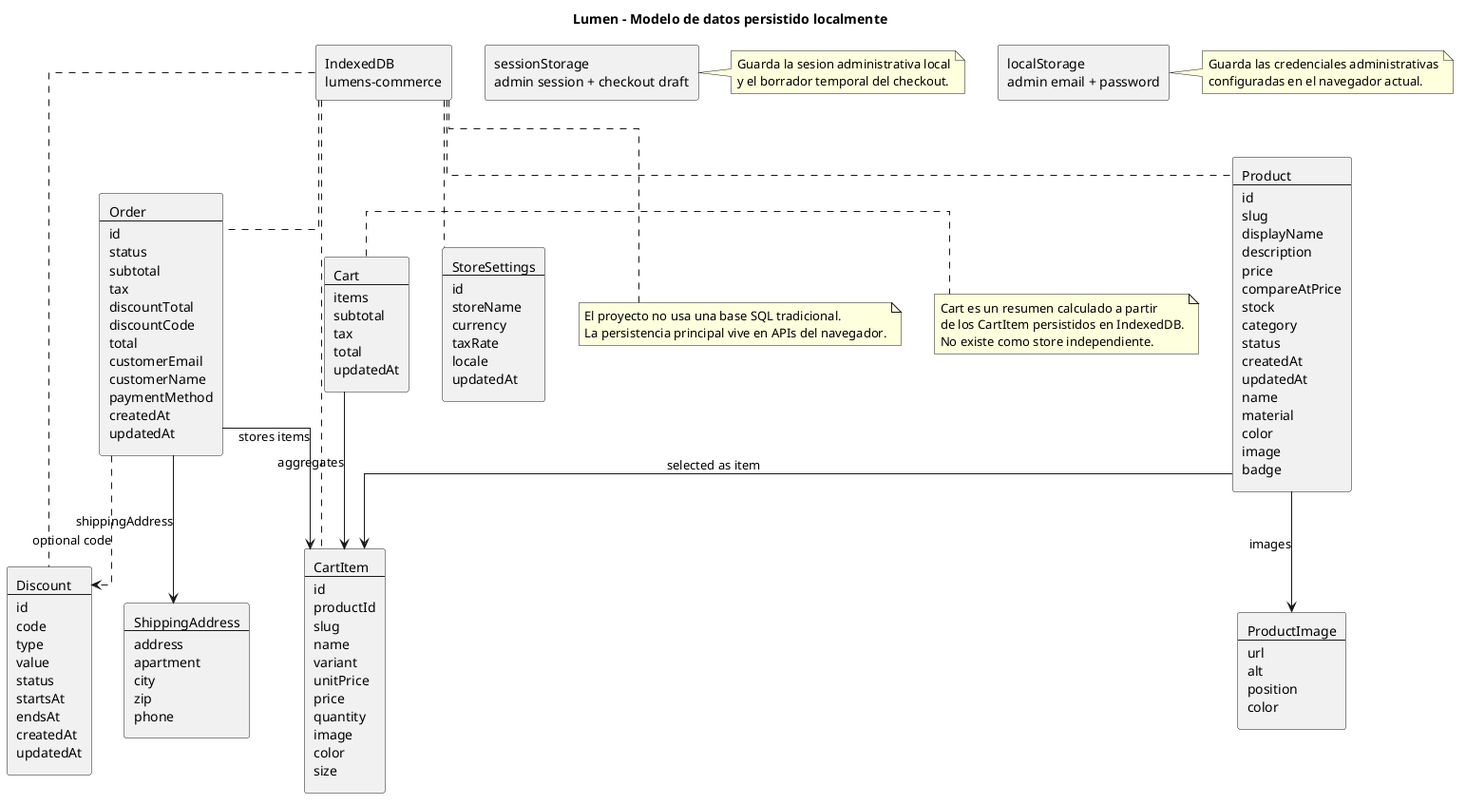
Before: docs/diagrams/rendered/database-model.png, a diagram exported from PlantUML (keevh/lumen).
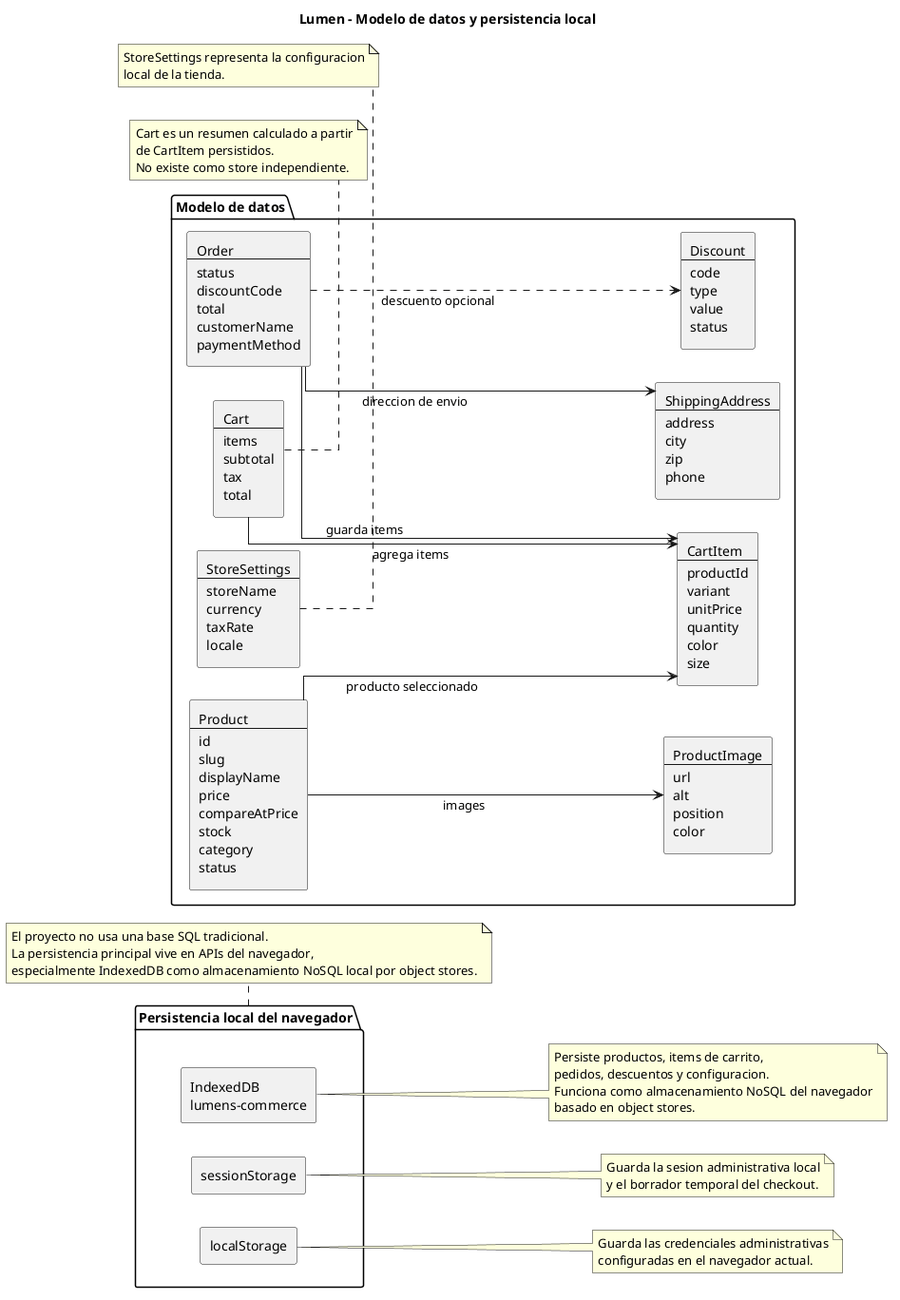
The same diagram one commit later.

Commit message:
docs: Mejora la documentación y diagramas del proyecto Lumen

What changed in the source:
```diff
@@ -1,46 +1,39 @@
 @startuml
-title Lumen - Modelo de datos persistido localmente
+title Lumen - Modelo de datos y persistencia local
 
+left to right direction
 skinparam shadowing false
 skinparam linetype ortho
 
-rectangle "Product\n---\nid\nslug\ndisplayName\ndescription\nprice\ncompareAtPrice\nstock\ncategory\nstatus\ncreatedAt\nupdatedAt\nname\nmaterial\ncolor\nimage\nbadge" as Product
+package "Modelo de datos" as Domain {
+  rectangle "Product\n---\nid\nslug\ndisplayName\nprice\ncompareAtPrice\nstock\ncategory\nstatus" as Product
+  rectangle "ProductImage\n---\nurl\nalt\nposition\ncolor" as ProductImage
+  rectangle "CartItem\n---\nproductId\nvariant\nunitPrice\nquantity\ncolor\nsize" as CartItem
+  rectangle "Cart\n---\nitems\nsubtotal\ntax\ntotal" as Cart
+  rectangle "Order\n---\nstatus\ndiscountCode\ntotal\ncustomerName\npaymentMethod" as Order
+  rectangle "ShippingAddress\n---\naddress\ncity\nzip\nphone" as ShippingAddress
+  rectangle "Discount\n---\ncode\ntype\nvalue\nstatus" as Discount
+  rectangle "StoreSettings\n---\nstoreName\ncurrency\ntaxRate\nlocale" as StoreSettings
+}
 
-rectangle "ProductImage\n---\nurl\nalt\nposition\ncolor" as ProductImage
-
-rectangle "CartItem\n---\nid\nproductId\nslug\nname\nvariant\nunitPrice\nprice\nquantity\nimage\ncolor\nsize" as CartItem
-
-rectangle "Cart\n---\nitems\nsubtotal\ntax\ntotal\nupdatedAt" as Cart
-
-rectangle "Order\n---\nid\nstatus\nsubtotal\ntax\ndiscountTotal\ndiscountCode\ntotal\ncustomerEmail\ncustomerName\npaymentMethod\ncreatedAt\nupdatedAt" as Order
-
-rectangle "ShippingAddress\n---\naddress\napartment\ncity\nzip\nphone" as ShippingAddress
-
-rectangle "Discount\n---\nid\ncode\ntype\nvalue\nstatus\nstartsAt\nendsAt\ncreatedAt\nupdatedAt" as Discount
-
-rectangle "StoreSettings\n---\nid\nstoreName\ncurrency\ntaxRate\nlocale\nupdatedAt" as StoreSettings
-
-rectangle "IndexedDB\nlumens-commerce" as IndexedDB
-rectangle "sessionStorage\nadmin session + checkout draft" as SessionStorage
-rectangle "localStorage\nadmin email + password" as LocalStorage
+package "Persistencia local del navegador" as BrowserStorage {
+  rectangle "IndexedDB\nlumens-commerce" as IndexedDB
+  rectangle "sessionStorage" as SessionStorage
+  rectangle "localStorage" as LocalStorage
+}
 
 Product --> ProductImage : images
-Product --> CartItem : selected as item
-Cart --> CartItem : aggregates
-Order --> CartItem : stores items
-Order --> ShippingAddress : shippingAddress
-Order ..> Discount : optional code
+Product --> CartItem : producto seleccionado
+Cart --> CartItem : agrega items
+Order --> CartItem : guarda items
+Order --> ShippingAddress : direccion de envio
+Order ..> Discount : descuento opcional
 
-IndexedDB .. Product
-IndexedDB .. CartItem
-IndexedDB .. Order
-IndexedDB .. Discount
-IndexedDB .. StoreSettings
-
-note right of Cart
-Cart es un resumen calculado a partir
-de los CartItem persistidos en IndexedDB.
-No existe como store independiente.
+note right of IndexedDB
+Persiste productos, items de carrito,
+pedidos, descuentos y configuracion.
+Funciona como almacenamiento NoSQL del navegador
+basado en object stores.
 end note
 
 note right of SessionStorage
@@ -53,9 +46,21 @@
 configuradas en el navegador actual.
 end note
 
-note bottom of IndexedDB
+note bottom of BrowserStorage
 El proyecto no usa una base SQL tradicional.
-La persistencia principal vive en APIs del navegador.
+La persistencia principal vive en APIs del navegador,
+especialmente IndexedDB como almacenamiento NoSQL local por object stores.
+end note
+
+note bottom of Cart
+Cart es un resumen calculado a partir
+de CartItem persistidos.
+No existe como store independiente.
+end note
+
+note bottom of StoreSettings
+StoreSettings representa la configuracion
+local de la tienda.
 end note
 
 @enduml
```
